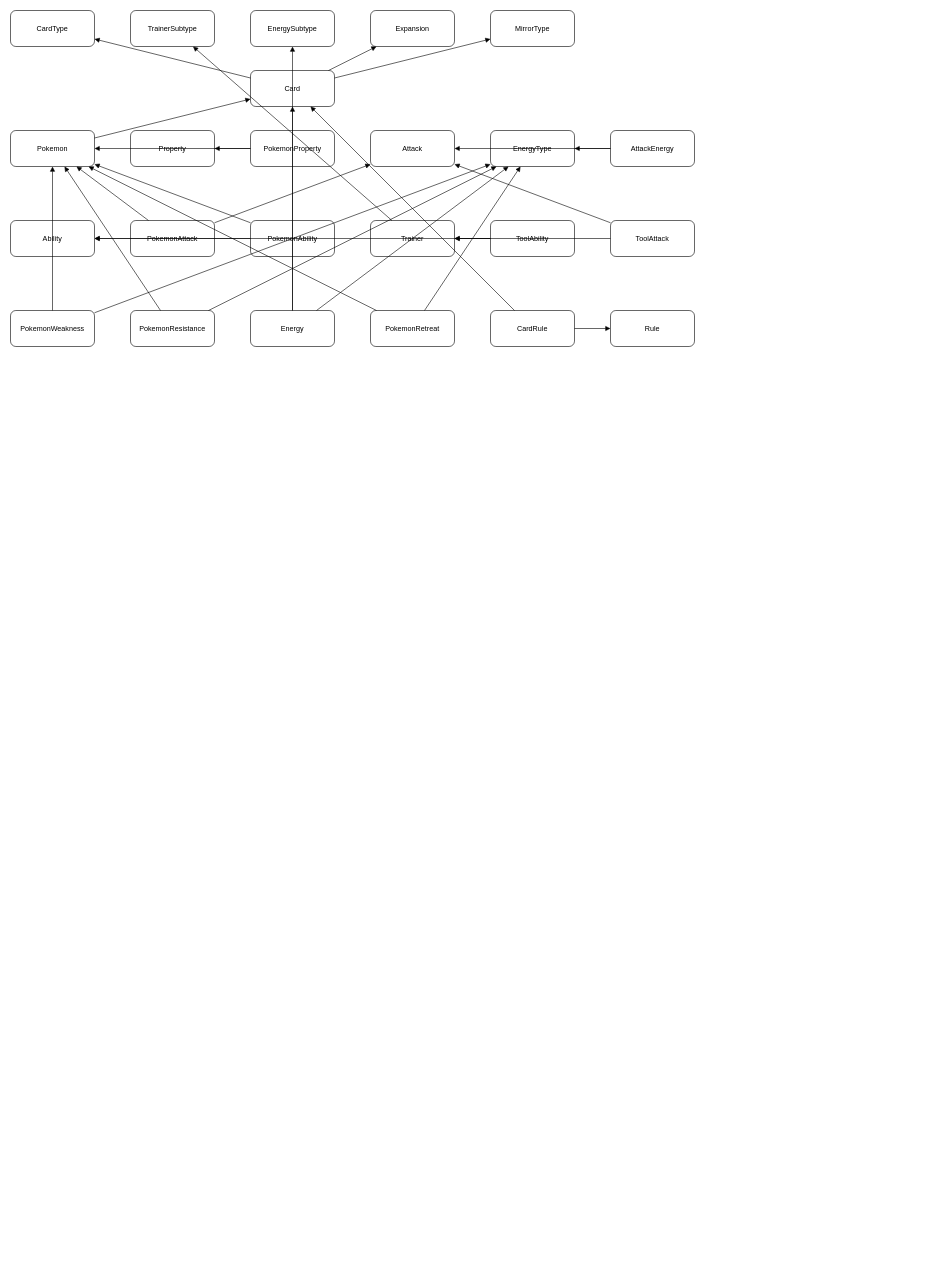
This is page "ページ11" (11 of 11) of データベース草案.drawio from tinatamago/ptcg, a draw.io file, before an edit. Source tidied: cells renumbered, new cells numbered last; positions are measured from the earlier drawing's top-left corner, leaving out a move shared by most shapes. Both pictures are drawn from the tidied source at 60%, with x=0, y=0 at pixel (10, 10).
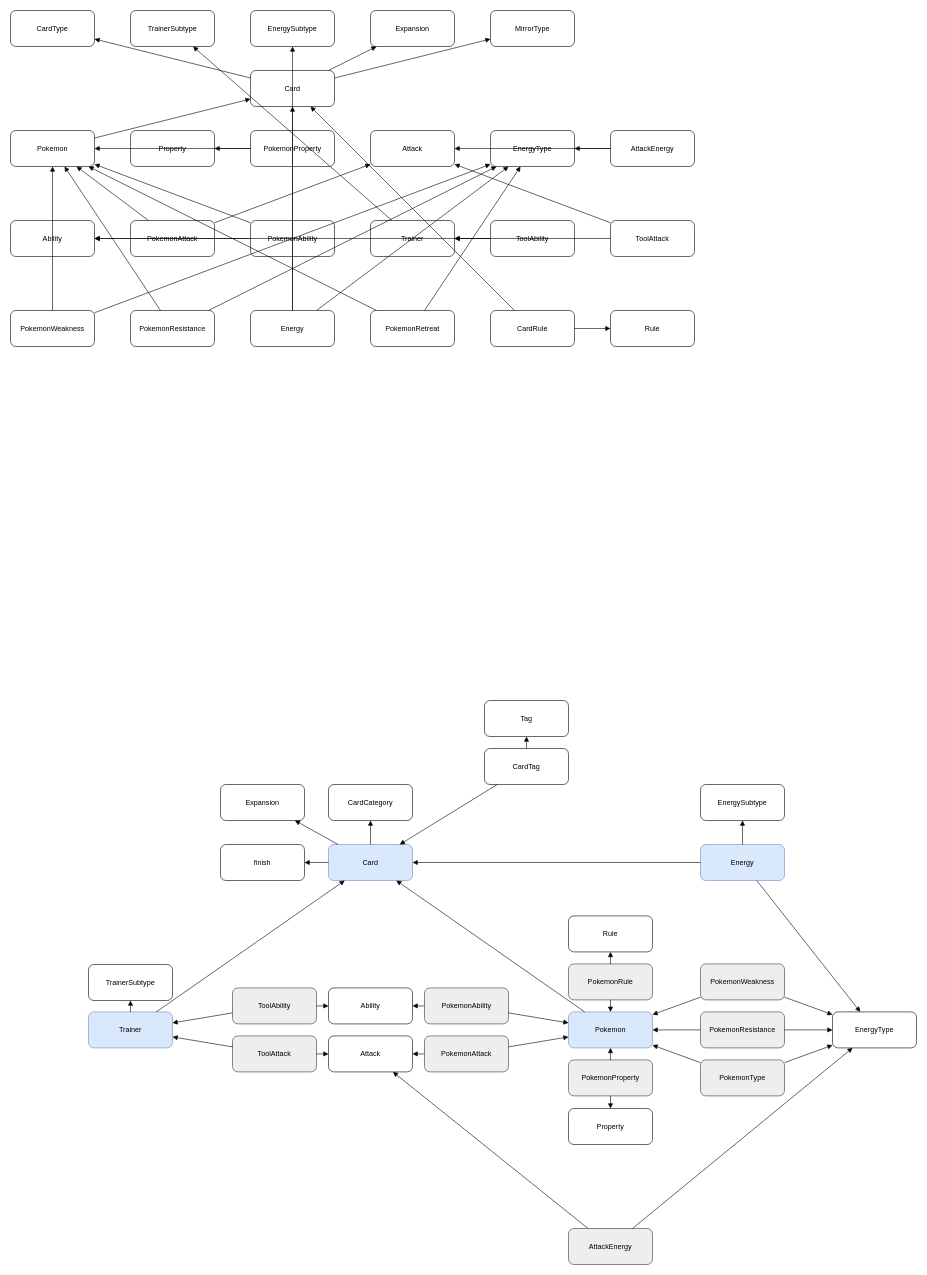
After the change.

Change to the diagram source:
```diff
@@
+    <mxCell id="54" value="CardCategory" style="shape=rectangle;whiteSpace=wrap;html=1;rounded=1;" parent="1" vertex="1">
+      <mxGeometry x="530" y="1290" width="140" height="60" as="geometry" />
+    </mxCell>
+    <mxCell id="55" value="TrainerSubtype" style="shape=rectangle;whiteSpace=wrap;html=1;rounded=1;" parent="1" vertex="1">
+      <mxGeometry x="130" y="1590" width="140" height="60" as="geometry" />
+    </mxCell>
+    <mxCell id="56" value="EnergySubtype" style="shape=rectangle;whiteSpace=wrap;html=1;rounded=1;" parent="1" vertex="1">
+      <mxGeometry x="1150" y="1290" width="140" height="60" as="geometry" />
+    </mxCell>
+    <mxCell id="57" value="Expansion" style="shape=rectangle;whiteSpace=wrap;html=1;rounded=1;" parent="1" vertex="1">
+      <mxGeometry x="350" y="1290" width="140" height="60" as="geometry" />
+    </mxCell>
+    <mxCell id="58" value="finish" style="shape=rectangle;whiteSpace=wrap;html=1;rounded=1;" parent="1" vertex="1">
+      <mxGeometry x="350" y="1390" width="140" height="60" as="geometry" />
+    </mxCell>
+    <mxCell id="59" value="Card" style="shape=rectangle;whiteSpace=wrap;html=1;rounded=1;fillColor=#dae8fc;strokeColor=#6c8ebf;" parent="1" vertex="1">
+      <mxGeometry x="530" y="1390" width="140" height="60" as="geometry" />
+    </mxCell>
+    <mxCell id="60" value="Pokemon" style="shape=rectangle;whiteSpace=wrap;html=1;rounded=1;fillColor=#dae8fc;strokeColor=#6c8ebf;" parent="1" vertex="1">
+      <mxGeometry x="930" y="1669" width="140" height="60" as="geometry" />
+    </mxCell>
+    <mxCell id="61" value="Property" style="shape=rectangle;whiteSpace=wrap;html=1;rounded=1;" parent="1" vertex="1">
+      <mxGeometry x="930" y="1830" width="140" height="60" as="geometry" />
+    </mxCell>
+    <mxCell id="62" value="PokemonProperty" style="shape=rectangle;whiteSpace=wrap;html=1;rounded=1;fillColor=#eeeeee;strokeColor=#36393d;" parent="1" vertex="1">
+      <mxGeometry x="930" y="1749" width="140" height="60" as="geometry" />
+    </mxCell>
+    <mxCell id="63" value="Attack" style="shape=rectangle;whiteSpace=wrap;html=1;rounded=1;" parent="1" vertex="1">
+      <mxGeometry x="530" y="1709" width="140" height="60" as="geometry" />
+    </mxCell>
+    <mxCell id="64" value="EnergyType" style="shape=rectangle;whiteSpace=wrap;html=1;rounded=1;" parent="1" vertex="1">
+      <mxGeometry x="1370" y="1669" width="140" height="60" as="geometry" />
+    </mxCell>
+    <mxCell id="65" value="AttackEnergy" style="shape=rectangle;whiteSpace=wrap;html=1;rounded=1;fillColor=#eeeeee;strokeColor=#36393d;" parent="1" vertex="1">
+      <mxGeometry x="930" y="2030" width="140" height="60" as="geometry" />
+    </mxCell>
+    <mxCell id="66" value="Ability" style="shape=rectangle;whiteSpace=wrap;html=1;rounded=1;" parent="1" vertex="1">
+      <mxGeometry x="530" y="1629" width="140" height="60" as="geometry" />
+    </mxCell>
+    <mxCell id="67" value="PokemonAttack" style="shape=rectangle;whiteSpace=wrap;html=1;rounded=1;fillColor=#eeeeee;strokeColor=#36393d;" parent="1" vertex="1">
+      <mxGeometry x="690" y="1709" width="140" height="60" as="geometry" />
+    </mxCell>
+    <mxCell id="68" value="PokemonAbility" style="shape=rectangle;whiteSpace=wrap;html=1;rounded=1;fillColor=#eeeeee;strokeColor=#36393d;" parent="1" vertex="1">
+      <mxGeometry x="690" y="1629" width="140" height="60" as="geometry" />
+    </mxCell>
+    <mxCell id="69" value="Trainer" style="shape=rectangle;whiteSpace=wrap;html=1;rounded=1;fillColor=#dae8fc;strokeColor=#6c8ebf;" parent="1" vertex="1">
+      <mxGeometry x="130" y="1669" width="140" height="60" as="geometry" />
+    </mxCell>
+    <mxCell id="70" value="ToolAbility" style="shape=rectangle;whiteSpace=wrap;html=1;rounded=1;fillColor=#eeeeee;strokeColor=#36393d;" parent="1" vertex="1">
+      <mxGeometry x="370" y="1629" width="140" height="60" as="geometry" />
+    </mxCell>
+    <mxCell id="71" value="ToolAttack" style="shape=rectangle;whiteSpace=wrap;html=1;rounded=1;fillColor=#eeeeee;strokeColor=#36393d;" parent="1" vertex="1">
+      <mxGeometry x="370" y="1709" width="140" height="60" as="geometry" />
+    </mxCell>
+    <mxCell id="72" value="Energy" style="shape=rectangle;whiteSpace=wrap;html=1;rounded=1;fillColor=#dae8fc;strokeColor=#6c8ebf;" parent="1" vertex="1">
+      <mxGeometry x="1150" y="1390" width="140" height="60" as="geometry" />
+    </mxCell>
+    <mxCell id="73" value="PokemonWeakness" style="shape=rectangle;whiteSpace=wrap;html=1;rounded=1;fillColor=#eeeeee;strokeColor=#36393d;" parent="1" vertex="1">
+      <mxGeometry x="1150" y="1589" width="140" height="60" as="geometry" />
+    </mxCell>
+    <mxCell id="74" value="PokemonResistance" style="shape=rectangle;whiteSpace=wrap;html=1;rounded=1;fillColor=#eeeeee;strokeColor=#36393d;" parent="1" vertex="1">
+      <mxGeometry x="1150" y="1669" width="140" height="60" as="geometry" />
+    </mxCell>
+    <mxCell id="75" value="PokemonType" style="shape=rectangle;whiteSpace=wrap;html=1;rounded=1;fillColor=#eeeeee;strokeColor=#36393d;" parent="1" vertex="1">
+      <mxGeometry x="1150" y="1749" width="140" height="60" as="geometry" />
+    </mxCell>
+    <mxCell id="76" value="PokemonRule" style="shape=rectangle;whiteSpace=wrap;html=1;rounded=1;fillColor=#eeeeee;strokeColor=#36393d;" parent="1" vertex="1">
+      <mxGeometry x="930" y="1589" width="140" height="60" as="geometry" />
+    </mxCell>
+    <mxCell id="77" value="Rule" style="shape=rectangle;whiteSpace=wrap;html=1;rounded=1;" parent="1" vertex="1">
+      <mxGeometry x="930" y="1509" width="140" height="60" as="geometry" />
+    </mxCell>
+    <mxCell id="78" style="endArrow=block;endFill=1;strokeColor=#000000;" parent="1" edge="1" source="59" target="54">
+      <mxGeometry relative="1" as="geometry" />
+    </mxCell>
+    <mxCell id="79" style="endArrow=block;endFill=1;strokeColor=#000000;" parent="1" edge="1" source="69" target="55">
+      <mxGeometry relative="1" as="geometry" />
+    </mxCell>
+    <mxCell id="80" style="endArrow=block;endFill=1;strokeColor=#000000;" parent="1" edge="1" source="72" target="56">
+      <mxGeometry relative="1" as="geometry" />
+    </mxCell>
+    <mxCell id="81" style="endArrow=block;endFill=1;strokeColor=#000000;" parent="1" edge="1" source="59" target="57">
+      <mxGeometry relative="1" as="geometry" />
+    </mxCell>
+    <mxCell id="82" style="endArrow=block;endFill=1;strokeColor=#000000;" parent="1" edge="1" source="59" target="58">
+      <mxGeometry relative="1" as="geometry" />
+    </mxCell>
+    <mxCell id="83" style="endArrow=block;endFill=1;strokeColor=#000000;" parent="1" edge="1" source="60" target="59">
+      <mxGeometry relative="1" as="geometry" />
+    </mxCell>
+    <mxCell id="84" style="endArrow=block;endFill=1;strokeColor=#000000;" parent="1" edge="1" source="62" target="60">
+      <mxGeometry relative="1" as="geometry" />
+    </mxCell>
+    <mxCell id="85" style="endArrow=block;endFill=1;strokeColor=#000000;" parent="1" edge="1" source="62" target="61">
+      <mxGeometry relative="1" as="geometry" />
+    </mxCell>
+    <mxCell id="86" style="endArrow=block;endFill=1;strokeColor=#000000;" parent="1" edge="1" source="67" target="60">
+      <mxGeometry relative="1" as="geometry" />
+    </mxCell>
+    <mxCell id="87" style="endArrow=block;endFill=1;strokeColor=#000000;" parent="1" edge="1" source="67" target="63">
+      <mxGeometry relative="1" as="geometry" />
+    </mxCell>
+    <mxCell id="88" style="endArrow=block;endFill=1;strokeColor=#000000;" parent="1" edge="1" source="68" target="60">
+      <mxGeometry relative="1" as="geometry" />
+    </mxCell>
+    <mxCell id="89" style="endArrow=block;endFill=1;strokeColor=#000000;" parent="1" edge="1" source="68" target="66">
+      <mxGeometry relative="1" as="geometry" />
+    </mxCell>
+    <mxCell id="90" style="endArrow=block;endFill=1;strokeColor=#000000;" parent="1" edge="1" source="65" target="63">
+      <mxGeometry relative="1" as="geometry" />
+    </mxCell>
+    <mxCell id="91" style="endArrow=block;endFill=1;strokeColor=#000000;" parent="1" edge="1" source="65" target="64">
+      <mxGeometry relative="1" as="geometry" />
+    </mxCell>
+    <mxCell id="92" style="endArrow=block;endFill=1;strokeColor=#000000;" parent="1" edge="1" source="70" target="69">
+      <mxGeometry relative="1" as="geometry" />
+    </mxCell>
+    <mxCell id="93" style="endArrow=block;endFill=1;strokeColor=#000000;" parent="1" edge="1" source="70" target="66">
+      <mxGeometry relative="1" as="geometry" />
+    </mxCell>
+    <mxCell id="94" style="endArrow=block;endFill=1;strokeColor=#000000;" parent="1" edge="1" source="71" target="69">
+      <mxGeometry relative="1" as="geometry" />
+    </mxCell>
+    <mxCell id="95" style="endArrow=block;endFill=1;strokeColor=#000000;" parent="1" edge="1" source="71" target="63">
+      <mxGeometry relative="1" as="geometry" />
+    </mxCell>
+    <mxCell id="96" style="endArrow=block;endFill=1;strokeColor=#000000;" parent="1" edge="1" source="72" target="59">
+      <mxGeometry relative="1" as="geometry" />
+    </mxCell>
+    <mxCell id="97" style="endArrow=block;endFill=1;strokeColor=#000000;" parent="1" edge="1" source="72" target="64">
+      <mxGeometry relative="1" as="geometry" />
+    </mxCell>
+    <mxCell id="98" style="endArrow=block;endFill=1;strokeColor=#000000;" parent="1" edge="1" source="73" target="60">
+      <mxGeometry relative="1" as="geometry" />
+    </mxCell>
+    <mxCell id="99" style="endArrow=block;endFill=1;strokeColor=#000000;" parent="1" edge="1" source="73" target="64">
+      <mxGeometry relative="1" as="geometry" />
+    </mxCell>
+    <mxCell id="100" style="endArrow=block;endFill=1;strokeColor=#000000;" parent="1" edge="1" source="74" target="60">
+      <mxGeometry relative="1" as="geometry" />
+    </mxCell>
+    <mxCell id="101" style="endArrow=block;endFill=1;strokeColor=#000000;" parent="1" edge="1" source="74" target="64">
+      <mxGeometry relative="1" as="geometry" />
+    </mxCell>
+    <mxCell id="102" style="endArrow=block;endFill=1;strokeColor=#000000;" parent="1" edge="1" source="75" target="60">
+      <mxGeometry relative="1" as="geometry" />
+    </mxCell>
+    <mxCell id="103" style="endArrow=block;endFill=1;strokeColor=#000000;" parent="1" edge="1" source="75" target="64">
+      <mxGeometry relative="1" as="geometry" />
+    </mxCell>
+    <mxCell id="104" style="endArrow=block;endFill=1;strokeColor=#000000;entryX=0.5;entryY=0;entryDx=0;entryDy=0;" parent="1" edge="1" source="76" target="60">
+      <mxGeometry relative="1" as="geometry" />
+    </mxCell>
+    <mxCell id="105" style="endArrow=block;endFill=1;strokeColor=#000000;" parent="1" edge="1" source="76" target="77">
+      <mxGeometry relative="1" as="geometry" />
+    </mxCell>
+    <mxCell id="106" style="endArrow=block;endFill=1;strokeColor=#000000;" parent="1" edge="1" source="69" target="59">
+      <mxGeometry relative="1" as="geometry" />
+    </mxCell>
+    <mxCell id="107" value="Tag" style="shape=rectangle;whiteSpace=wrap;html=1;rounded=1;" parent="1" vertex="1">
+      <mxGeometry x="790" y="1150" width="140" height="60" as="geometry" />
+    </mxCell>
+    <mxCell id="108" value="CardTag" style="shape=rectangle;whiteSpace=wrap;html=1;rounded=1;" parent="1" vertex="1">
+      <mxGeometry x="790" y="1230" width="140" height="60" as="geometry" />
+    </mxCell>
+    <mxCell id="109" style="endArrow=block;endFill=1;strokeColor=#000000;" parent="1" edge="1" source="108" target="107">
+      <mxGeometry relative="1" as="geometry" />
+    </mxCell>
+    <mxCell id="110" style="endArrow=block;endFill=1;strokeColor=#000000;" parent="1" edge="1" source="108" target="59">
+      <mxGeometry relative="1" as="geometry" />
+    </mxCell>
```
